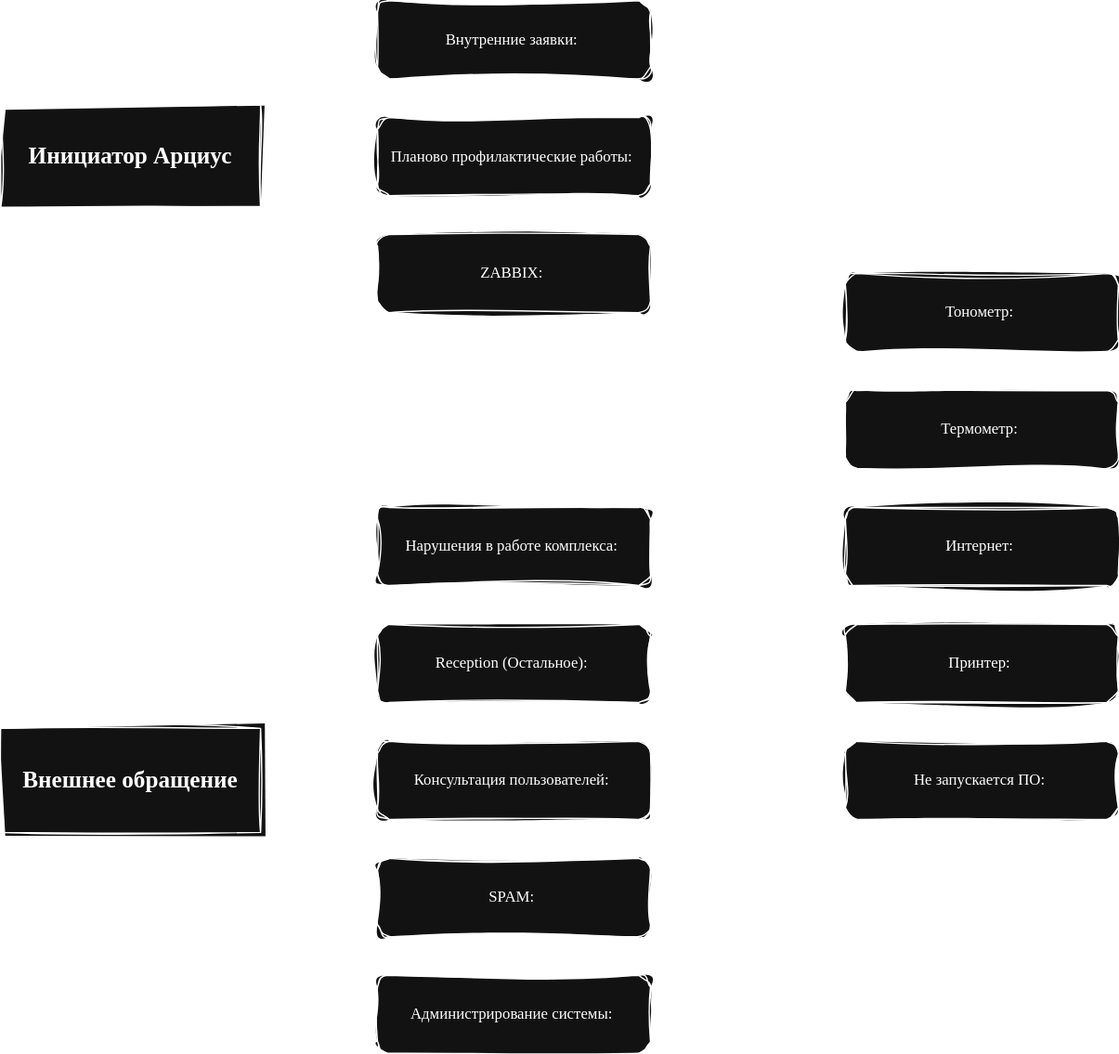
Before: test.drawio.svg, a diagram exported from draw.io (KhatsaevK/drawio). Source tidied: cells renumbered, new cells last; positions are measured from the earlier drawing's top-left corner, leaving out a move shared by most shapes.
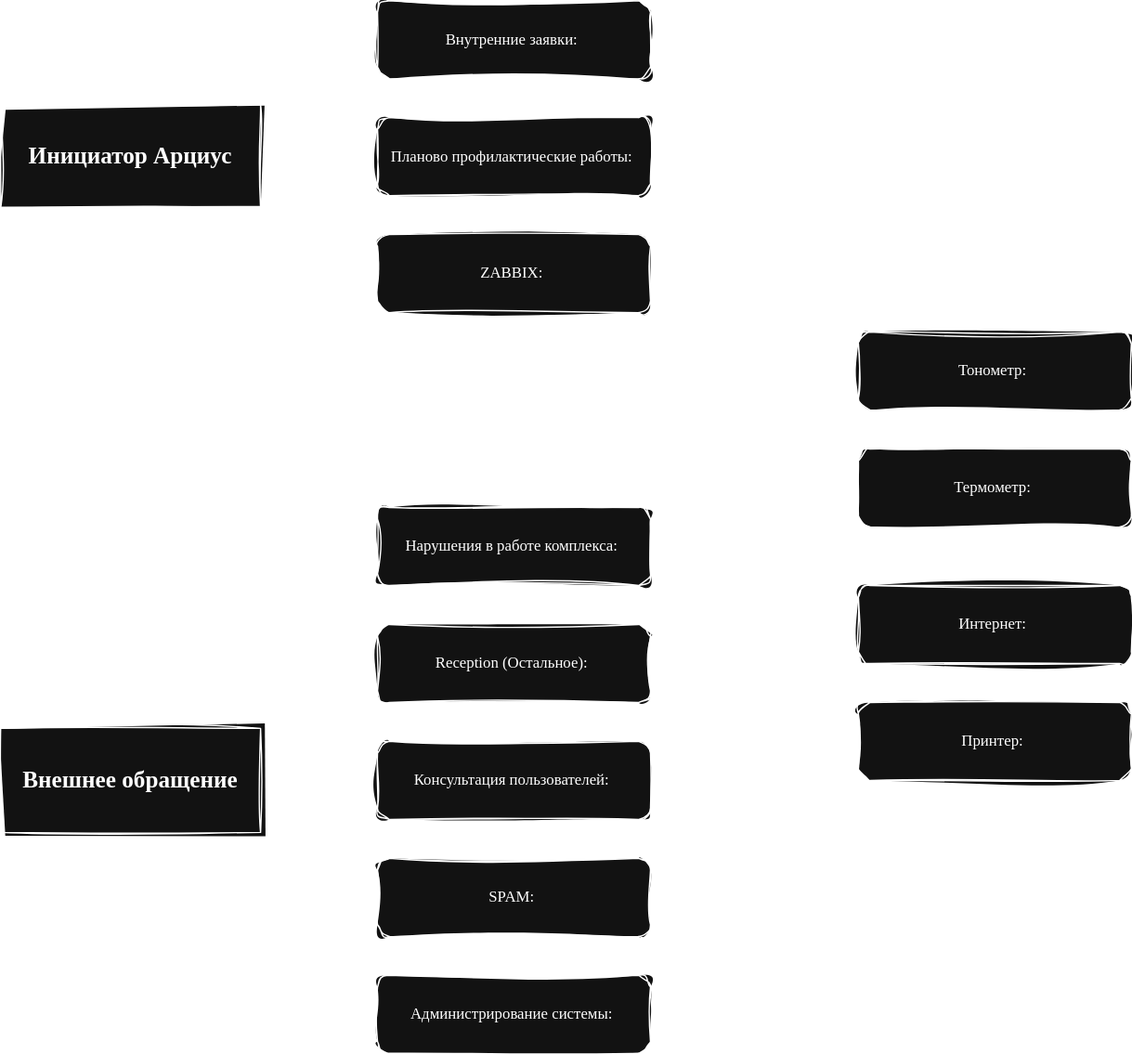
Later version of the same file.

The edit, as a diff of the source:
```diff
@@ -45,27 +45,25 @@
       <mxGeometry relative="1" as="geometry">
         <Array as="points">
           <mxPoint x="530" y="390" />
-          <mxPoint x="530" y="240" />
+          <mxPoint x="530" y="285" />
         </Array>
       </mxGeometry>
     </mxCell>
     <mxCell id="16" style="edgeStyle=orthogonalEdgeStyle;rounded=0;sketch=1;hachureGap=4;jiggle=2;curveFitting=1;jettySize=auto;html=1;exitX=1;exitY=0.25;exitDx=0;exitDy=0;entryX=0;entryY=0.5;entryDx=0;entryDy=0;fontFamily=Architects Daughter;fontSource=https%3A%2F%2Ffonts.googleapis.com%2Fcss%3Ffamily%3DArchitects%2BDaughter;" parent="1" edge="1" source="20" target="26">
       <mxGeometry relative="1" as="geometry" />
     </mxCell>
+    <mxCell id="19" style="edgeStyle=orthogonalEdgeStyle;rounded=0;sketch=1;hachureGap=4;jiggle=2;curveFitting=1;jettySize=auto;html=1;exitX=1;exitY=1;exitDx=0;exitDy=0;entryX=0;entryY=0.5;entryDx=0;entryDy=0;fontFamily=Architects Daughter;fontSource=https%3A%2F%2Ffonts.googleapis.com%2Fcss%3Ffamily%3DArchitects%2BDaughter;" parent="1" edge="1" source="20" target="28">
+      <mxGeometry relative="1" as="geometry">
+        <Array as="points">
+          <mxPoint x="530" y="450" />
+          <mxPoint x="530" y="575" />
+          <mxPoint x="660" y="575" />
+        </Array>
+      </mxGeometry>
+    </mxCell>
-    <mxCell id="17" style="edgeStyle=orthogonalEdgeStyle;rounded=0;sketch=1;hachureGap=4;jiggle=2;curveFitting=1;jettySize=auto;html=1;exitX=1;exitY=0.5;exitDx=0;exitDy=0;entryX=0;entryY=0.5;entryDx=0;entryDy=0;fontFamily=Architects Daughter;fontSource=https%3A%2F%2Ffonts.googleapis.com%2Fcss%3Ffamily%3DArchitects%2BDaughter;" parent="1" edge="1" source="20" target="27">
+    <mxCell id="17" style="edgeStyle=orthogonalEdgeStyle;rounded=0;sketch=1;hachureGap=4;jiggle=2;curveFitting=1;jettySize=auto;html=1;exitX=1;exitY=0.75;exitDx=0;exitDy=0;entryX=0;entryY=0.5;entryDx=0;entryDy=0;fontFamily=Architects Daughter;fontSource=https%3A%2F%2Ffonts.googleapis.com%2Fcss%3Ffamily%3DArchitects%2BDaughter;" parent="1" edge="1" source="20" target="27">
       <mxGeometry relative="1" as="geometry" />
     </mxCell>
-    <mxCell id="18" style="edgeStyle=orthogonalEdgeStyle;rounded=0;sketch=1;hachureGap=4;jiggle=2;curveFitting=1;jettySize=auto;html=1;exitX=1;exitY=0.75;exitDx=0;exitDy=0;entryX=0;entryY=0.5;entryDx=0;entryDy=0;fontFamily=Architects Daughter;fontSource=https%3A%2F%2Ffonts.googleapis.com%2Fcss%3Ffamily%3DArchitects%2BDaughter;" parent="1" edge="1" source="20" target="28">
-      <mxGeometry relative="1" as="geometry" />
-    </mxCell>
-    <mxCell id="19" style="edgeStyle=orthogonalEdgeStyle;rounded=0;sketch=1;hachureGap=4;jiggle=2;curveFitting=1;jettySize=auto;html=1;exitX=1;exitY=1;exitDx=0;exitDy=0;entryX=0;entryY=0.5;entryDx=0;entryDy=0;fontFamily=Architects Daughter;fontSource=https%3A%2F%2Ffonts.googleapis.com%2Fcss%3Ffamily%3DArchitects%2BDaughter;" parent="1" edge="1" source="20" target="29">
-      <mxGeometry relative="1" as="geometry">
-        <Array as="points">
-          <mxPoint x="530" y="450" />
-          <mxPoint x="530" y="600" />
-        </Array>
-      </mxGeometry>
-    </mxCell>
     <mxCell id="20" value="Нарушения в работе комплекса:&amp;nbsp;" style="rounded=1;whiteSpace=wrap;html=1;sketch=1;hachureGap=4;jiggle=2;curveFitting=1;fontFamily=Times New Roman;" parent="1" vertex="1">
       <mxGeometry x="290" y="390" width="210" height="60" as="geometry" />
     </mxCell>
@@ -82,19 +80,16 @@
       <mxGeometry x="290" y="750" width="210" height="60" as="geometry" />
     </mxCell>
     <mxCell id="25" value="Тонометр:&amp;nbsp;" style="rounded=1;whiteSpace=wrap;html=1;sketch=1;hachureGap=4;jiggle=2;curveFitting=1;fontFamily=Times New Roman;" parent="1" vertex="1">
-      <mxGeometry x="650" y="210" width="210" height="60" as="geometry" />
+      <mxGeometry x="660" y="255" width="210" height="60" as="geometry" />
     </mxCell>
     <mxCell id="26" value="Термометр:&amp;nbsp;" style="rounded=1;whiteSpace=wrap;html=1;sketch=1;hachureGap=4;jiggle=2;curveFitting=1;fontFamily=Times New Roman;" parent="1" vertex="1">
-      <mxGeometry x="650" y="300" width="210" height="60" as="geometry" />
+      <mxGeometry x="660" y="345" width="210" height="60" as="geometry" />
     </mxCell>
     <mxCell id="27" value="Интернет:&amp;nbsp;" style="rounded=1;whiteSpace=wrap;html=1;sketch=1;hachureGap=4;jiggle=2;curveFitting=1;fontFamily=Times New Roman;" parent="1" vertex="1">
-      <mxGeometry x="650" y="390" width="210" height="60" as="geometry" />
+      <mxGeometry x="660" y="450" width="210" height="60" as="geometry" />
     </mxCell>
     <mxCell id="28" value="Принтер:&amp;nbsp;" style="rounded=1;whiteSpace=wrap;html=1;sketch=1;hachureGap=4;jiggle=2;curveFitting=1;fontFamily=Times New Roman;" parent="1" vertex="1">
-      <mxGeometry x="650" y="480" width="210" height="60" as="geometry" />
+      <mxGeometry x="660" y="540" width="210" height="60" as="geometry" />
     </mxCell>
-    <mxCell id="29" value="Не запускается ПО:&amp;nbsp;" style="rounded=1;whiteSpace=wrap;html=1;sketch=1;hachureGap=4;jiggle=2;curveFitting=1;fontFamily=Times New Roman;" parent="1" vertex="1">
-      <mxGeometry x="650" y="570" width="210" height="60" as="geometry" />
-    </mxCell>
   </root>
 </mxGraphModel>
```
